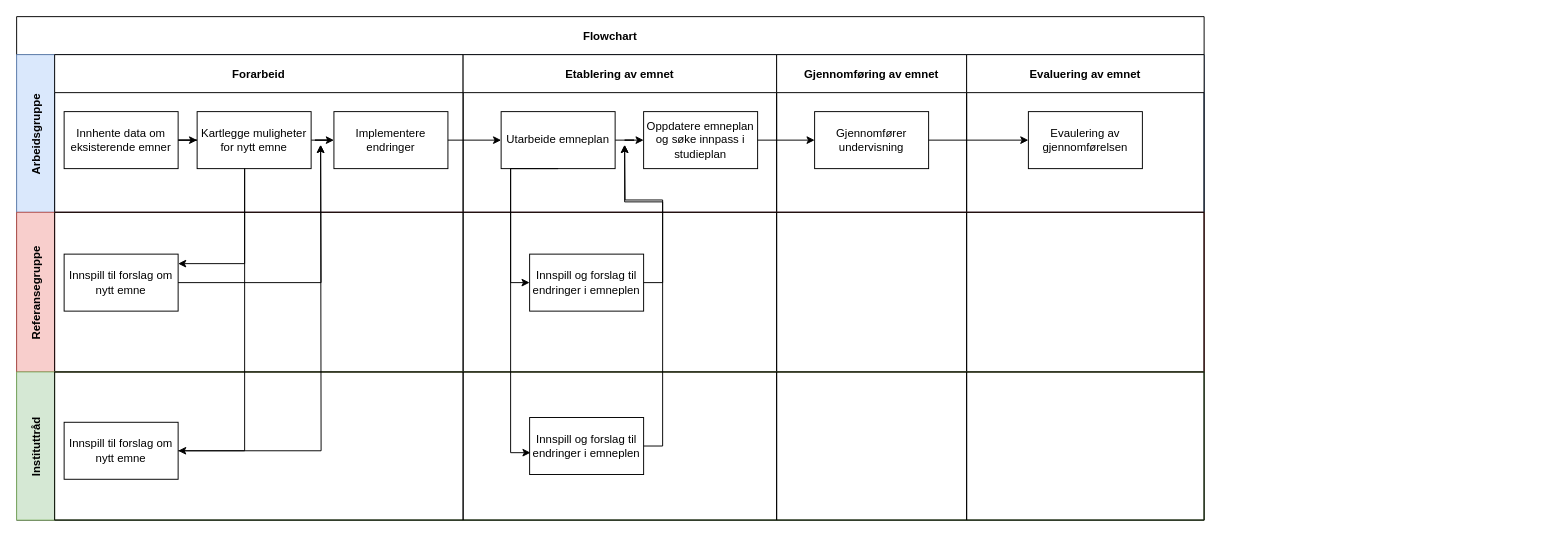
Before: flowinprogress.drawio in stianfuru/DIKU, a draw.io diagram. Source tidied: cells renumbered, new cells numbered last; positions are measured from the earlier drawing's top-left corner, leaving out a move shared by most shapes. Both pictures are drawn from the tidied source at 95%, with x=0, y=0 at pixel (16, 16).
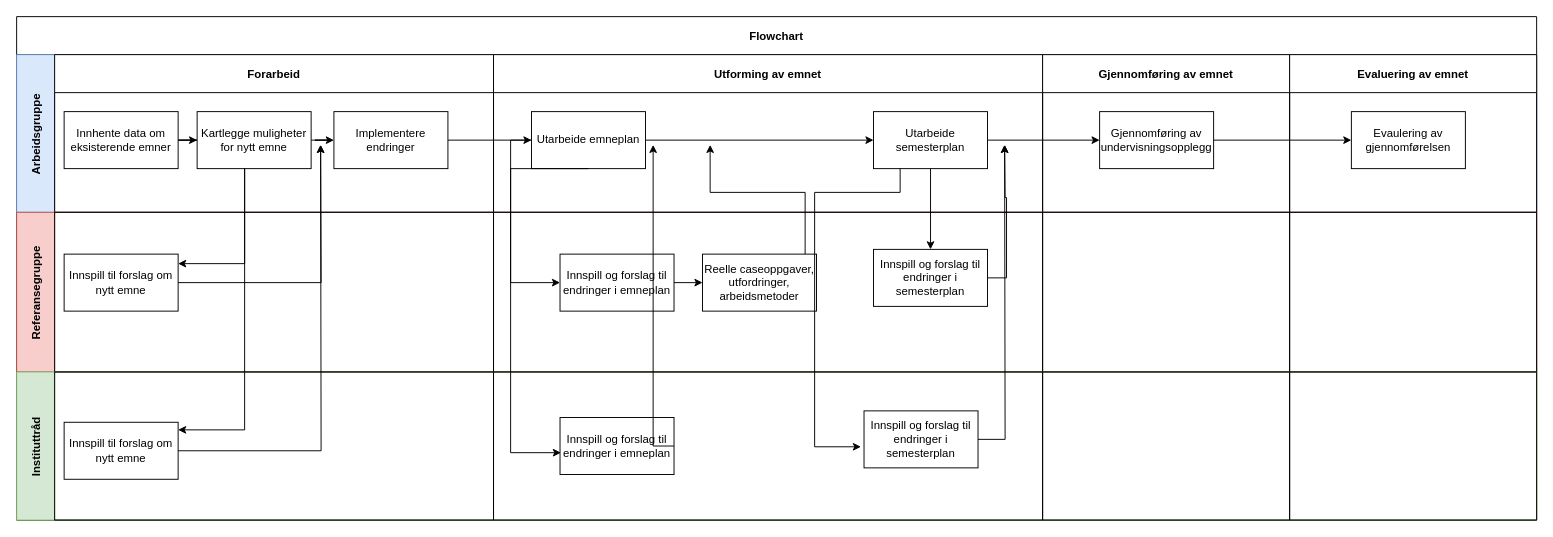
After the change.

Unchanged cells that the change refers to:
```xml
<mxCell id="8" value="Kartlegge muligheter for nytt emne" style="rounded=0;whiteSpace=wrap;html=1;" parent="4" vertex="1">
  <mxGeometry x="150" y="60" width="120" height="60" as="geometry" />
</mxCell>
<mxCell id="30" value="Innspill til forslag om nytt emne" style="rounded=0;whiteSpace=wrap;html=1;" parent="29" vertex="1">
  <mxGeometry x="10" y="53" width="120" height="60" as="geometry" />
</mxCell>
```

The edit, as a diff of the source:
```diff
@@
     <mxCell id="2" value="Flowchart" style="shape=table;childLayout=tableLayout;rowLines=0;columnLines=0;startSize=40;fontStyle=1;" parent="1" vertex="1">
-      <mxGeometry width="1250" height="530" as="geometry" />
+      <mxGeometry width="1600" height="530" as="geometry" />
     </mxCell>
     <mxCell id="3" value="Arbeidsgruppe" style="swimlane;horizontal=0;startSize=40;fillColor=#dae8fc;strokeColor=#6c8ebf;" parent="2" vertex="1">
-      <mxGeometry y="40" width="1250" height="166" as="geometry" />
+      <mxGeometry y="40" width="1600" height="166" as="geometry" />
     </mxCell>
     <mxCell id="4" value="Forarbeid" style="swimlane;startSize=40;" parent="3" vertex="1">
-      <mxGeometry x="40" width="430" height="166" as="geometry" />
+      <mxGeometry x="40" width="462" height="166" as="geometry" />
     </mxCell>
@@
-    <mxCell id="10" value="Etablering av emnet" style="swimlane;startSize=40;" parent="3" vertex="1">
-      <mxGeometry x="470" width="330" height="166" as="geometry" />
+    <mxCell id="10" value="Utforming av emnet" style="swimlane;startSize=40;" parent="3" vertex="1">
+      <mxGeometry x="502" width="578" height="166" as="geometry" />
     </mxCell>
@@
-    <mxCell id="13" value="Oppdatere emneplan og søke innpass i studieplan" style="rounded=0;whiteSpace=wrap;html=1;" parent="10" vertex="1">
-      <mxGeometry x="190" y="60" width="120" height="60" as="geometry" />
+    <mxCell id="13" value="Utarbeide semesterplan" style="rounded=0;whiteSpace=wrap;html=1;" parent="10" vertex="1">
+      <mxGeometry x="400" y="60" width="120" height="60" as="geometry" />
     </mxCell>
     <mxCell id="14" value="Gjennomføring av emnet" style="swimlane;startSize=40;" parent="3" vertex="1">
-      <mxGeometry x="800" width="200" height="166" as="geometry" />
+      <mxGeometry x="1080" width="260" height="166" as="geometry" />
     </mxCell>
-    <mxCell id="15" value="Gjennomfører undervisning" style="rounded=0;whiteSpace=wrap;html=1;" parent="14" vertex="1">
-      <mxGeometry x="40" y="60" width="120" height="60" as="geometry" />
+    <mxCell id="15" value="Gjennomføring av undervisningsopplegg" style="rounded=0;whiteSpace=wrap;html=1;" parent="14" vertex="1">
+      <mxGeometry x="60" y="60" width="120" height="60" as="geometry" />
     </mxCell>
     <mxCell id="16" value="Evaluering av emnet" style="swimlane;startSize=40;" parent="3" vertex="1">
-      <mxGeometry x="1000" width="250" height="166" as="geometry" />
+      <mxGeometry x="1340" width="260" height="166" as="geometry" />
     </mxCell>
@@
     <mxCell id="21" value="Referansegruppe" style="swimlane;horizontal=0;startSize=40;strokeColor=#b85450;fillColor=#F8CECC;" parent="2" vertex="1">
-      <mxGeometry y="206" width="1250" height="168" as="geometry" />
+      <mxGeometry y="206" width="1600" height="168" as="geometry" />
     </mxCell>
     <mxCell id="22" style="swimlane;startSize=0;gradientColor=#ffffff;fillColor=#000000;" parent="21" vertex="1">
-      <mxGeometry x="40" width="430" height="168" as="geometry" />
+      <mxGeometry x="40" width="462" height="168" as="geometry" />
     </mxCell>
@@
     <mxCell id="24" style="swimlane;startSize=0;" parent="21" vertex="1">
-      <mxGeometry x="470" width="330" height="168" as="geometry" />
+      <mxGeometry x="502" width="578" height="168" as="geometry" />
     </mxCell>
+    <mxCell id="43" style="edgeStyle=orthogonalEdgeStyle;rounded=0;jettySize=auto;html=1;exitX=1;exitY=0.5;exitDx=0;exitDy=0;entryX=0;entryY=0.5;entryDx=0;entryDy=0;" parent="24" edge="1" source="25" target="45">
+      <mxGeometry relative="1" as="geometry" />
+    </mxCell>
-    <mxCell id="25" value="Innspill og forslag til endringer i emneplen" style="rounded=0;whiteSpace=wrap;html=1;" parent="24" vertex="1">
+    <mxCell id="25" value="Innspill og forslag til endringer i emneplan" style="rounded=0;whiteSpace=wrap;html=1;" parent="24" vertex="1">
       <mxGeometry x="70" y="44" width="120" height="60" as="geometry" />
     </mxCell>
+    <mxCell id="44" value="Innspill og forslag til endringer i semesterplan" style="rounded=0;whiteSpace=wrap;html=1;" parent="24" vertex="1">
+      <mxGeometry x="400" y="39" width="120" height="60" as="geometry" />
+    </mxCell>
+    <mxCell id="45" value="Reelle caseoppgaver, utfordringer, arbeidsmetoder" style="rounded=0;whiteSpace=wrap;html=1;" parent="24" vertex="1">
+      <mxGeometry x="220" y="44" width="120" height="60" as="geometry" />
+    </mxCell>
     <mxCell id="26" style="swimlane;startSize=0;" parent="21" vertex="1">
-      <mxGeometry x="800" width="200" height="168" as="geometry" />
+      <mxGeometry x="1080" width="260" height="168" as="geometry" />
     </mxCell>
     <mxCell id="27" style="swimlane;startSize=0;" parent="21" vertex="1">
-      <mxGeometry x="1000" width="250" height="168" as="geometry" />
+      <mxGeometry x="1340" width="260" height="168" as="geometry" />
     </mxCell>
     <mxCell id="28" value="Instituttråd" style="swimlane;horizontal=0;startSize=40;fillColor=#d5e8d4;strokeColor=#82b366;" parent="2" vertex="1">
-      <mxGeometry y="374" width="1250" height="156" as="geometry" />
+      <mxGeometry y="374" width="1600" height="156" as="geometry" />
     </mxCell>
     <mxCell id="29" style="swimlane;startSize=0;" parent="28" vertex="1">
-      <mxGeometry x="40" width="430" height="156" as="geometry" />
+      <mxGeometry x="40" width="462" height="156" as="geometry" />
     </mxCell>
@@
     <mxCell id="31" style="swimlane;startSize=0;" parent="28" vertex="1">
-      <mxGeometry x="470" width="330" height="156" as="geometry" />
+      <mxGeometry x="502" width="578" height="156" as="geometry" />
     </mxCell>
-    <mxCell id="32" value="Innspill og forslag til endringer i emneplen" style="rounded=0;whiteSpace=wrap;html=1;" parent="31" vertex="1">
+    <mxCell id="32" value="Innspill og forslag til endringer i emneplan" style="rounded=0;whiteSpace=wrap;html=1;" parent="31" vertex="1">
       <mxGeometry x="70" y="48" width="120" height="60" as="geometry" />
     </mxCell>
+    <mxCell id="46" value="Innspill og forslag til endringer i semesterplan" style="rounded=0;whiteSpace=wrap;html=1;" parent="31" vertex="1">
+      <mxGeometry x="390" y="41" width="120" height="60" as="geometry" />
+    </mxCell>
     <mxCell id="33" style="swimlane;startSize=0;" parent="28" vertex="1">
-      <mxGeometry x="800" width="200" height="156" as="geometry" />
+      <mxGeometry x="1080" width="260" height="156" as="geometry" />
     </mxCell>
     <mxCell id="34" style="swimlane;startSize=0;" parent="28" vertex="1">
-      <mxGeometry x="1000" width="250" height="156" as="geometry" />
+      <mxGeometry x="1340" width="260" height="156" as="geometry" />
     </mxCell>
@@
     <mxCell id="36" style="edgeStyle=orthogonalEdgeStyle;rounded=0;jettySize=auto;html=1;" parent="2" edge="1" source="8" target="30">
       <mxGeometry relative="1" as="geometry">
         <Array as="points">
-          <mxPoint x="240" y="457" />
+          <mxPoint x="240" y="435" />
         </Array>
       </mxGeometry>
     </mxCell>
@@
+    <mxCell id="47" style="edgeStyle=orthogonalEdgeStyle;rounded=0;jettySize=auto;html=1;entryX=-0.027;entryY=0.63;entryDx=0;entryDy=0;entryPerimeter=0;" parent="2" edge="1" source="13" target="46">
+      <mxGeometry relative="1" as="geometry">
+        <Array as="points">
+          <mxPoint x="930" y="185" />
+          <mxPoint x="840" y="185" />
+          <mxPoint x="840" y="453" />
+        </Array>
+      </mxGeometry>
+    </mxCell>
+    <mxCell id="48" style="edgeStyle=orthogonalEdgeStyle;rounded=0;jettySize=auto;html=1;" parent="2" edge="1" source="13" target="44">
+      <mxGeometry relative="1" as="geometry" />
+    </mxCell>
@@
-    <mxCell id="41" style="edgeStyle=orthogonalEdgeStyle;rounded=0;jettySize=auto;html=1;exitX=1;exitY=0.5;exitDx=0;exitDy=0;" parent="1" edge="1" source="25">
-      <mxGeometry relative="1" as="geometry">
-        <mxPoint x="640" y="135" as="targetPoint" />
-      </mxGeometry>
-    </mxCell>
     <mxCell id="42" style="edgeStyle=orthogonalEdgeStyle;rounded=0;jettySize=auto;html=1;exitX=1;exitY=0.5;exitDx=0;exitDy=0;" parent="1" edge="1" source="32">
       <mxGeometry relative="1" as="geometry">
-        <mxPoint x="640" y="135" as="targetPoint" />
+        <mxPoint x="670" y="135" as="targetPoint" />
         <Array as="points">
-          <mxPoint x="680" y="452" />
-          <mxPoint x="680" y="195" />
-          <mxPoint x="640" y="195" />
+          <mxPoint x="670" y="452" />
+          <mxPoint x="670" y="135" />
         </Array>
       </mxGeometry>
     </mxCell>
+    <mxCell id="49" style="edgeStyle=orthogonalEdgeStyle;rounded=0;jettySize=auto;html=1;" parent="1" edge="1" source="46">
+      <mxGeometry relative="1" as="geometry">
+        <mxPoint x="1040" y="135" as="targetPoint" />
+      </mxGeometry>
+    </mxCell>
+    <mxCell id="50" style="edgeStyle=orthogonalEdgeStyle;rounded=0;jettySize=auto;html=1;exitX=1;exitY=0.5;exitDx=0;exitDy=0;" parent="1" edge="1" source="44">
+      <mxGeometry relative="1" as="geometry">
+        <mxPoint x="1040" y="135" as="targetPoint" />
+      </mxGeometry>
+    </mxCell>
+    <mxCell id="51" style="edgeStyle=orthogonalEdgeStyle;rounded=0;jettySize=auto;html=1;" parent="1" edge="1" source="45">
+      <mxGeometry relative="1" as="geometry">
+        <mxPoint x="730" y="135" as="targetPoint" />
+        <Array as="points">
+          <mxPoint x="830" y="280" />
+          <mxPoint x="830" y="185" />
+          <mxPoint x="730" y="185" />
+        </Array>
+      </mxGeometry>
+    </mxCell>
```
